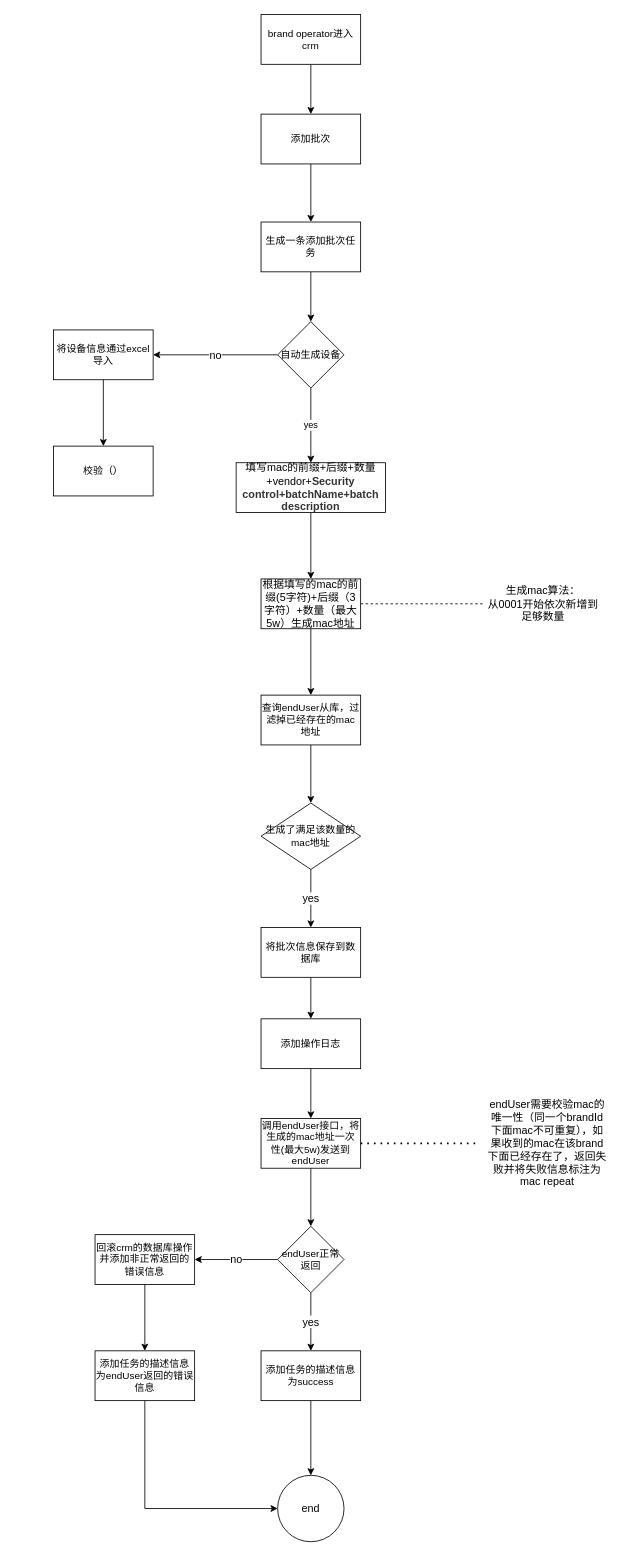
Before: 预付费.drawio in zqhait/drawio, a draw.io diagram. Source tidied: cells renumbered, new cells numbered last; positions are measured from the earlier drawing's top-left corner, leaving out a move shared by most shapes. Both pictures are drawn from the tidied source at 83%, with x=0, y=0 at pixel (53, 14).
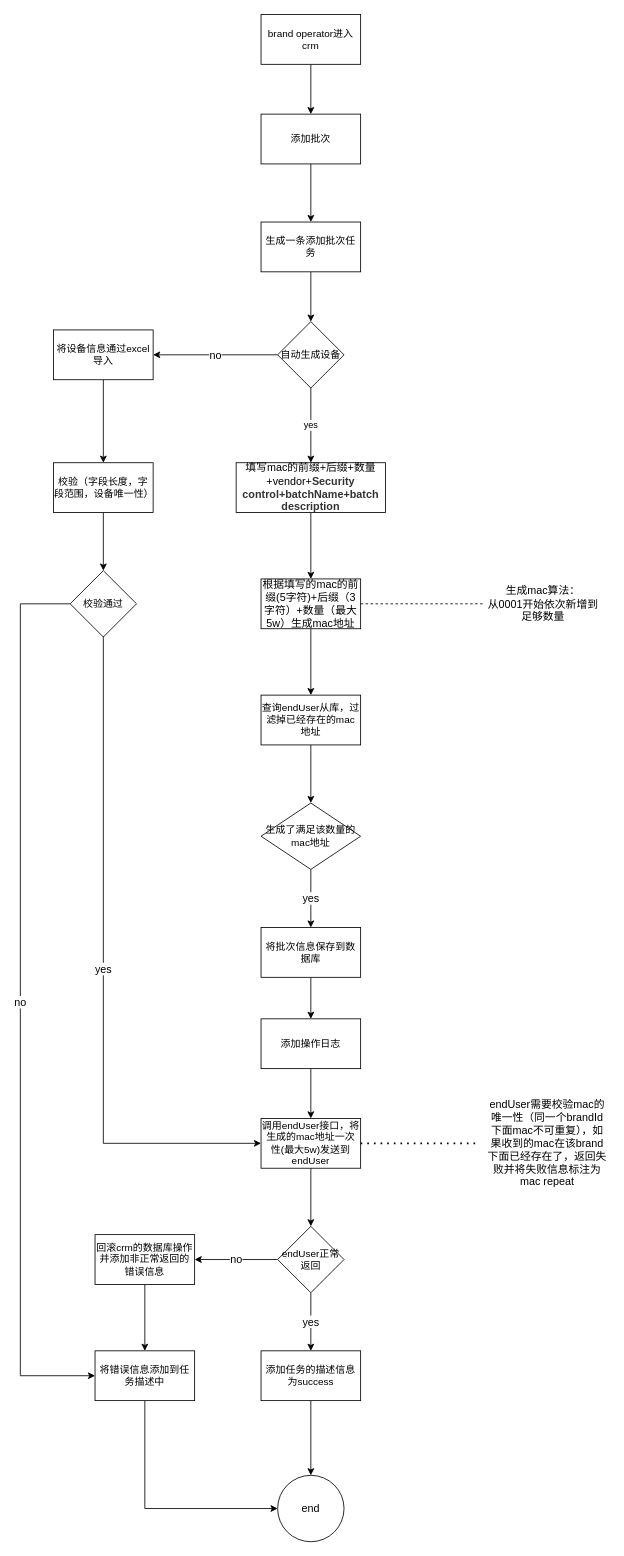
After the change.

Commit message (it also covers changes not shown here):
更新预付费.drawio

Unchanged cells that the change refers to:
```xml
<mxCell id="16" value="调用endUser接口，将生成的mac地址一次性(最大5w)发送到endUser" style="whiteSpace=wrap;html=1;rounded=0;" parent="1" vertex="1">
  <mxGeometry x="250" y="1330" width="120" height="60" as="geometry" />
</mxCell>
```

The edit, as a diff of the source:
```diff
@@
-    <mxCell id="28" value="添加任务的描述信息为endUser返回的错误信息" style="whiteSpace=wrap;html=1;rounded=0;" parent="1" vertex="1">
+    <mxCell id="28" value="将错误信息添加到任务描述中" style="whiteSpace=wrap;html=1;rounded=0;" parent="1" vertex="1">
       <mxGeometry x="50" y="1610" width="120" height="60" as="geometry" />
     </mxCell>
@@
+    <mxCell id="42" style="edgeStyle=orthogonalEdgeStyle;rounded=0;jettySize=auto;html=1;fontSize=13;" parent="1" edge="1" source="41" target="45">
+      <mxGeometry relative="1" as="geometry" />
+    </mxCell>
-    <mxCell id="41" value="校验（）" style="whiteSpace=wrap;html=1;rounded=0;" parent="1" vertex="1">
-      <mxGeometry y="520" width="120" height="60" as="geometry" />
+    <mxCell id="41" value="校验（字段长度，字段范围，设备唯一性）" style="whiteSpace=wrap;html=1;rounded=0;" parent="1" vertex="1">
+      <mxGeometry y="540" width="120" height="60" as="geometry" />
     </mxCell>
+    <mxCell id="43" value="yes" style="edgeStyle=orthogonalEdgeStyle;rounded=0;jettySize=auto;html=1;entryX=0;entryY=0.5;entryDx=0;entryDy=0;fontSize=13;" parent="1" edge="1" source="45" target="16">
+      <mxGeometry relative="1" as="geometry">
+        <Array as="points">
+          <mxPoint x="60" y="1360" />
+        </Array>
+      </mxGeometry>
+    </mxCell>
+    <mxCell id="44" value="no" style="edgeStyle=orthogonalEdgeStyle;rounded=0;jettySize=auto;html=1;fontSize=13;entryX=0;entryY=0.5;entryDx=0;entryDy=0;" parent="1" edge="1" source="45" target="28">
+      <mxGeometry relative="1" as="geometry">
+        <Array as="points">
+          <mxPoint x="-40" y="710" />
+          <mxPoint x="-40" y="1640" />
+        </Array>
+      </mxGeometry>
+    </mxCell>
+    <mxCell id="45" value="校验通过" style="rhombus;whiteSpace=wrap;html=1;rounded=0;" parent="1" vertex="1">
+      <mxGeometry x="20" y="670" width="80" height="80" as="geometry" />
+    </mxCell>
```
